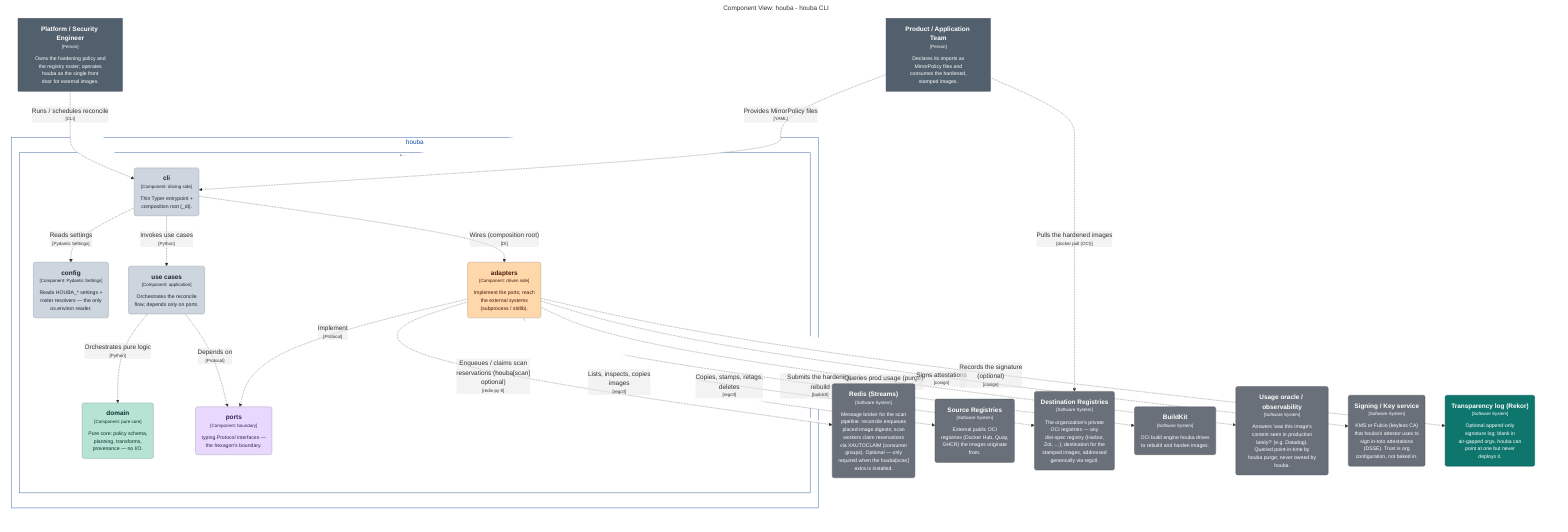
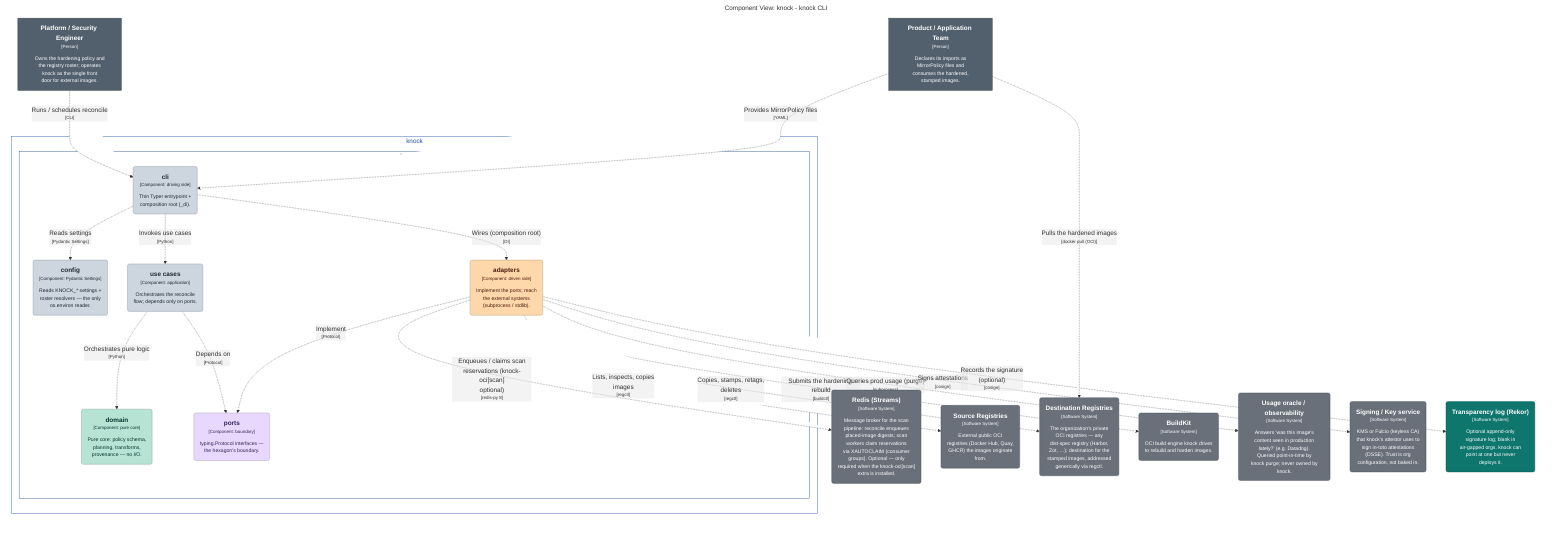
graph LR
  linkStyle default fill:#ffffff

-   subgraph diagram ["Component View: houba - houba CLI"]
+   subgraph diagram ["Component View: knock - knock CLI"]
    style diagram fill:#ffffff,stroke:#ffffff

-     1["<div style='font-weight: bold'>Platform / Security Engineer</div><div style='font-size: 70%; margin-top: 0px'>[Person]</div><div style='font-size: 80%; margin-top:10px'>Owns the hardening policy and<br />the registry roster; operates<br />houba as the single front<br />door for external images.</div>"]
+     1["<div style='font-weight: bold'>Platform / Security Engineer</div><div style='font-size: 70%; margin-top: 0px'>[Person]</div><div style='font-size: 80%; margin-top:10px'>Owns the hardening policy and<br />the registry roster; operates<br />knock as the single front<br />door for external images.</div>"]
    style 1 fill:#52606d,stroke:#39434c,color:#ffffff
    2["<div style='font-weight: bold'>Product / Application Team</div><div style='font-size: 70%; margin-top: 0px'>[Person]</div><div style='font-size: 80%; margin-top:10px'>Declares its imports as<br />MirrorPolicy files and<br />consumes the hardened,<br />stamped images.</div>"]
    style 2 fill:#52606d,stroke:#39434c,color:#ffffff

-     58("<div style='font-weight: bold'>Redis (Streams)</div><div style='font-size: 70%; margin-top: 0px'>[Software System]</div><div style='font-size: 80%; margin-top:10px'>Message broker for the scan<br />pipeline: reconcile enqueues<br />placed-image digests; scan<br />workers claim reservations<br />via XAUTOCLAIM (consumer<br />groups). Optional — only<br />required when the houba[scan]<br />extra is installed.</div>")
+     58("<div style='font-weight: bold'>Redis (Streams)</div><div style='font-size: 70%; margin-top: 0px'>[Software System]</div><div style='font-size: 80%; margin-top:10px'>Message broker for the scan<br />pipeline: reconcile enqueues<br />placed-image digests; scan<br />workers claim reservations<br />via XAUTOCLAIM (consumer<br />groups). Optional — only<br />required when the knock-oci[scan]<br />extra is installed.</div>")
    style 58 fill:#69707a,stroke:#494e55,color:#ffffff
    59("<div style='font-weight: bold'>Source Registries</div><div style='font-size: 70%; margin-top: 0px'>[Software System]</div><div style='font-size: 80%; margin-top:10px'>External public OCI<br />registries (Docker Hub, Quay,<br />GHCR) the images originate<br />from.</div>")
    style 59 fill:#69707a,stroke:#494e55,color:#ffffff
    60("<div style='font-weight: bold'>Destination Registries</div><div style='font-size: 70%; margin-top: 0px'>[Software System]</div><div style='font-size: 80%; margin-top:10px'>The organization's private<br />OCI registries — any<br />dist-spec registry (Harbor,<br />Zot, …); destination for the<br />stamped images, addressed<br />generically via regctl.</div>")
    style 60 fill:#69707a,stroke:#494e55,color:#ffffff
-     61("<div style='font-weight: bold'>BuildKit</div><div style='font-size: 70%; margin-top: 0px'>[Software System]</div><div style='font-size: 80%; margin-top:10px'>OCI build engine houba drives<br />to rebuild and harden images.</div>")
+     61("<div style='font-weight: bold'>BuildKit</div><div style='font-size: 70%; margin-top: 0px'>[Software System]</div><div style='font-size: 80%; margin-top:10px'>OCI build engine knock drives<br />to rebuild and harden images.</div>")
    style 61 fill:#69707a,stroke:#494e55,color:#ffffff
-     65("<div style='font-weight: bold'>Usage oracle / observability</div><div style='font-size: 70%; margin-top: 0px'>[Software System]</div><div style='font-size: 80%; margin-top:10px'>Answers 'was this image's<br />content seen in production<br />lately?' (e.g. Datadog).<br />Queried point-in-time by<br />houba purge; never owned by<br />houba.</div>")
+     65("<div style='font-weight: bold'>Usage oracle / observability</div><div style='font-size: 70%; margin-top: 0px'>[Software System]</div><div style='font-size: 80%; margin-top:10px'>Answers 'was this image's<br />content seen in production<br />lately?' (e.g. Datadog).<br />Queried point-in-time by<br />knock purge; never owned by<br />knock.</div>")
    style 65 fill:#69707a,stroke:#494e55,color:#ffffff
-     66("<div style='font-weight: bold'>Signing / Key service</div><div style='font-size: 70%; margin-top: 0px'>[Software System]</div><div style='font-size: 80%; margin-top:10px'>KMS or Fulcio (keyless CA)<br />that houba's attestor uses to<br />sign in-toto attestations<br />(DSSE). Trust is org<br />configuration, not baked in.</div>")
+     66("<div style='font-weight: bold'>Signing / Key service</div><div style='font-size: 70%; margin-top: 0px'>[Software System]</div><div style='font-size: 80%; margin-top:10px'>KMS or Fulcio (keyless CA)<br />that knock's attestor uses to<br />sign in-toto attestations<br />(DSSE). Trust is org<br />configuration, not baked in.</div>")
    style 66 fill:#69707a,stroke:#494e55,color:#ffffff
-     67("<div style='font-weight: bold'>Transparency log (Rekor)</div><div style='font-size: 70%; margin-top: 0px'>[Software System]</div><div style='font-size: 80%; margin-top:10px'>Optional append-only<br />signature log; blank in<br />air-gapped orgs. houba can<br />point at one but never<br />deploys it.</div>")
+     67("<div style='font-weight: bold'>Transparency log (Rekor)</div><div style='font-size: 70%; margin-top: 0px'>[Software System]</div><div style='font-size: 80%; margin-top:10px'>Optional append-only<br />signature log; blank in<br />air-gapped orgs. knock can<br />point at one but never<br />deploys it.</div>")
    style 67 fill:#0f766e,stroke:#0a524d,color:#ffffff

-     subgraph 4 ["houba"]
+     subgraph 4 ["knock"]
      style 4 fill:#ffffff,stroke:#154da4,color:#154da4

-       subgraph 5 ["houba CLI"]
+       subgraph 5 ["knock CLI"]
        style 5 fill:#ffffff,stroke:#19458c,color:#19458c

-         52("<div style='font-weight: bold'>config</div><div style='font-size: 70%; margin-top: 0px'>[Component: Pydantic Settings]</div><div style='font-size: 80%; margin-top:10px'>Reads HOUBA_* settings +<br />roster resolvers — the only<br />os.environ reader.</div>")
+         52("<div style='font-weight: bold'>config</div><div style='font-size: 70%; margin-top: 0px'>[Component: Pydantic Settings]</div><div style='font-size: 80%; margin-top:10px'>Reads KNOCK_* settings +<br />roster resolvers — the only<br />os.environ reader.</div>")
        style 52 fill:#cdd5df,stroke:#8f959c,color:#1f2933
        53("<div style='font-weight: bold'>cli</div><div style='font-size: 70%; margin-top: 0px'>[Component: driving side]</div><div style='font-size: 80%; margin-top:10px'>Thin Typer entrypoint +<br />composition root (_di).</div>")
        style 53 fill:#cdd5df,stroke:#8f959c,color:#1f2933
        54("<div style='font-weight: bold'>use cases</div><div style='font-size: 70%; margin-top: 0px'>[Component: application]</div><div style='font-size: 80%; margin-top:10px'>Orchestrates the reconcile<br />flow; depends only on ports.</div>")
        style 54 fill:#cdd5df,stroke:#8f959c,color:#1f2933
        55("<div style='font-weight: bold'>domain</div><div style='font-size: 70%; margin-top: 0px'>[Component: pure core]</div><div style='font-size: 80%; margin-top:10px'>Pure core: policy schema,<br />planning, transforms,<br />provenance — no I/O.</div>")
        style 55 fill:#b6e3d4,stroke:#7f9e94,color:#04342c
        56("<div style='font-weight: bold'>ports</div><div style='font-size: 70%; margin-top: 0px'>[Component: boundary]</div><div style='font-size: 80%; margin-top:10px'>typing.Protocol interfaces —<br />the hexagon's boundary.</div>")
        style 56 fill:#e9d8fd,stroke:#a397b1,color:#322659
        57("<div style='font-weight: bold'>adapters</div><div style='font-size: 70%; margin-top: 0px'>[Component: driven side]</div><div style='font-size: 80%; margin-top:10px'>Implement the ports; reach<br />the external systems<br />(subprocess / stdlib).</div>")
        style 57 fill:#fed7aa,stroke:#b19676,color:#4a1b0c
      end

    end

    1-. "<div>Runs / schedules reconcile</div><div style='font-size: 70%'>[CLI]</div>" .->53
    2-. "<div>Provides MirrorPolicy files</div><div style='font-size: 70%'>[YAML]</div>" .->53
    53-. "<div>Invokes use cases</div><div style='font-size: 70%'>[Python]</div>" .->54
    53-. "<div>Reads settings</div><div style='font-size: 70%'>[Pydantic Settings]</div>" .->52
    53-. "<div>Wires (composition root)</div><div style='font-size: 70%'>[DI]</div>" .->57
    54-. "<div>Orchestrates pure logic</div><div style='font-size: 70%'>[Python]</div>" .->55
    54-. "<div>Depends on</div><div style='font-size: 70%'>[Protocol]</div>" .->56
    57-. "<div>Implement</div><div style='font-size: 70%'>[Protocol]</div>" .->56
    57-. "<div>Lists, inspects, copies<br />images</div><div style='font-size: 70%'>[regctl]</div>" .->59
    57-. "<div>Copies, stamps, retags,<br />deletes</div><div style='font-size: 70%'>[regctl]</div>" .->60
    57-. "<div>Submits the hardening rebuild</div><div style='font-size: 70%'>[buildctl]</div>" .->61
    57-. "<div>Queries prod usage (purge)</div><div style='font-size: 70%'>[subprocess]</div>" .->65
    57-. "<div>Signs attestations</div><div style='font-size: 70%'>[cosign]</div>" .->66
    57-. "<div>Records the signature<br />(optional)</div><div style='font-size: 70%'>[cosign]</div>" .->67
-     57-. "<div>Enqueues / claims scan<br />reservations (houba[scan]<br />optional)</div><div style='font-size: 70%'>[redis-py 8]</div>" .->58
+     57-. "<div>Enqueues / claims scan<br />reservations (knock-oci[scan]<br />optional)</div><div style='font-size: 70%'>[redis-py 8]</div>" .->58
    2-. "<div>Pulls the hardened images</div><div style='font-size: 70%'>[docker pull (OCI)]</div>" .->60

  end